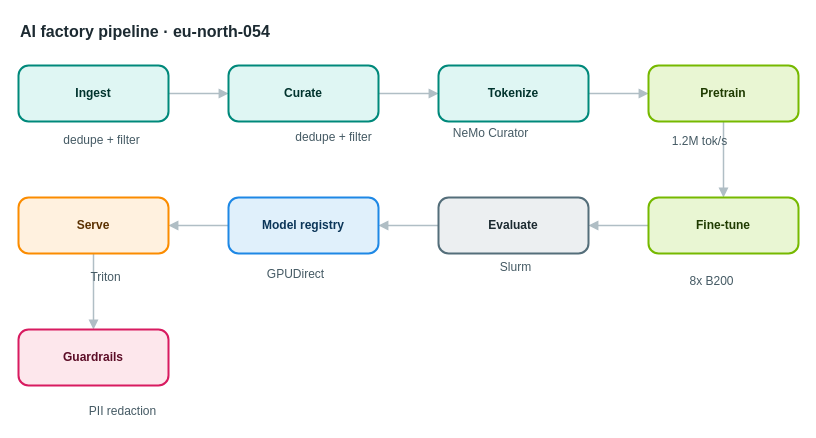
This is apps/web/public/samples/library/054-ai-factory-pipeline.drawio from AryanG01/open-apprentice, a draw.io file, before an edit. Source tidied: cells renumbered, new cells numbered last; positions are measured from the earlier drawing's top-left corner, leaving out a move shared by most shapes. Both pictures are drawn from the tidied source at 100%, with x=0, y=0 at pixel (18, 17).
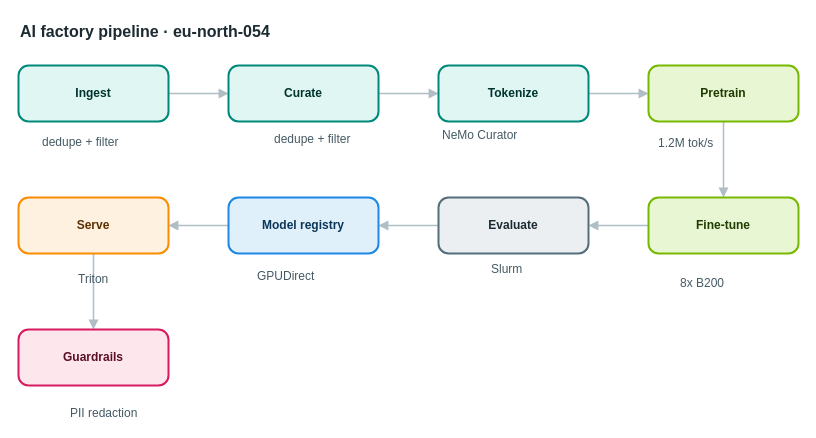
Above is the later version.

Change to the diagram source:
```diff
@@
-    <mxCell id="20" value="dedupe + filter" style="text;html=1;align=center;verticalAlign=middle;whiteSpace=nowrap;strokeColor=none;fillColor=none;fontSize=12;fontColor=#455a64;" parent="1" vertex="1">
+    <mxCell id="20" value="dedupe + filter" style="text;html=1;align=left;verticalAlign=top;whiteSpace=nowrap;spacing=0;spacingTop=0;strokeColor=none;fillColor=none;fontSize=12;fontColor=#455a64;" parent="1" vertex="1">
       <mxGeometry x="24" y="113" width="117" height="20" as="geometry" />
     </mxCell>
-    <mxCell id="21" value="dedupe + filter" style="text;html=1;align=center;verticalAlign=middle;whiteSpace=nowrap;strokeColor=none;fillColor=none;fontSize=12;fontColor=#455a64;" parent="1" vertex="1">
+    <mxCell id="21" value="dedupe + filter" style="text;html=1;align=left;verticalAlign=top;whiteSpace=nowrap;spacing=0;spacingTop=0;strokeColor=none;fillColor=none;fontSize=12;fontColor=#455a64;" parent="1" vertex="1">
       <mxGeometry x="256" y="110" width="117" height="20" as="geometry" />
     </mxCell>
-    <mxCell id="22" value="NeMo Curator" style="text;html=1;align=center;verticalAlign=middle;whiteSpace=nowrap;strokeColor=none;fillColor=none;fontSize=12;fontColor=#455a64;" parent="1" vertex="1">
+    <mxCell id="22" value="NeMo Curator" style="text;html=1;align=left;verticalAlign=top;whiteSpace=nowrap;spacing=0;spacingTop=0;strokeColor=none;fillColor=none;fontSize=12;fontColor=#455a64;" parent="1" vertex="1">
       <mxGeometry x="424" y="106" width="96" height="20" as="geometry" />
     </mxCell>
-    <mxCell id="23" value="1.2M tok/s" style="text;html=1;align=center;verticalAlign=middle;whiteSpace=nowrap;strokeColor=none;fillColor=none;fontSize=12;fontColor=#455a64;" parent="1" vertex="1">
+    <mxCell id="23" value="1.2M tok/s" style="text;html=1;align=left;verticalAlign=top;whiteSpace=nowrap;spacing=0;spacingTop=0;strokeColor=none;fillColor=none;fontSize=12;fontColor=#455a64;" parent="1" vertex="1">
       <mxGeometry x="640" y="114" width="82" height="20" as="geometry" />
     </mxCell>
-    <mxCell id="24" value="8x B200" style="text;html=1;align=center;verticalAlign=middle;whiteSpace=nowrap;strokeColor=none;fillColor=none;fontSize=12;fontColor=#455a64;" parent="1" vertex="1">
+    <mxCell id="24" value="8x B200" style="text;html=1;align=left;verticalAlign=top;whiteSpace=nowrap;spacing=0;spacingTop=0;strokeColor=none;fillColor=none;fontSize=12;fontColor=#455a64;" parent="1" vertex="1">
       <mxGeometry x="662" y="254" width="61" height="20" as="geometry" />
     </mxCell>
-    <mxCell id="25" value="Slurm" style="text;html=1;align=center;verticalAlign=middle;whiteSpace=nowrap;strokeColor=none;fillColor=none;fontSize=12;fontColor=#455a64;" parent="1" vertex="1">
+    <mxCell id="25" value="Slurm" style="text;html=1;align=left;verticalAlign=top;whiteSpace=nowrap;spacing=0;spacingTop=0;strokeColor=none;fillColor=none;fontSize=12;fontColor=#455a64;" parent="1" vertex="1">
       <mxGeometry x="473" y="240" width="47" height="20" as="geometry" />
     </mxCell>
-    <mxCell id="26" value="GPUDirect" style="text;html=1;align=center;verticalAlign=middle;whiteSpace=nowrap;strokeColor=none;fillColor=none;fontSize=12;fontColor=#455a64;" parent="1" vertex="1">
+    <mxCell id="26" value="GPUDirect" style="text;html=1;align=left;verticalAlign=top;whiteSpace=nowrap;spacing=0;spacingTop=0;strokeColor=none;fillColor=none;fontSize=12;fontColor=#455a64;" parent="1" vertex="1">
       <mxGeometry x="239" y="247" width="75" height="20" as="geometry" />
     </mxCell>
-    <mxCell id="27" value="Triton" style="text;html=1;align=center;verticalAlign=middle;whiteSpace=nowrap;strokeColor=none;fillColor=none;fontSize=12;fontColor=#455a64;" parent="1" vertex="1">
+    <mxCell id="27" value="Triton" style="text;html=1;align=left;verticalAlign=top;whiteSpace=nowrap;spacing=0;spacingTop=0;strokeColor=none;fillColor=none;fontSize=12;fontColor=#455a64;" parent="1" vertex="1">
       <mxGeometry x="60" y="250" width="54" height="20" as="geometry" />
     </mxCell>
-    <mxCell id="28" value="PII redaction" style="text;html=1;align=center;verticalAlign=middle;whiteSpace=nowrap;strokeColor=none;fillColor=none;fontSize=12;fontColor=#455a64;" parent="1" vertex="1">
+    <mxCell id="28" value="PII redaction" style="text;html=1;align=left;verticalAlign=top;whiteSpace=nowrap;spacing=0;spacingTop=0;strokeColor=none;fillColor=none;fontSize=12;fontColor=#455a64;" parent="1" vertex="1">
       <mxGeometry x="52" y="384" width="103" height="20" as="geometry" />
     </mxCell>
```
